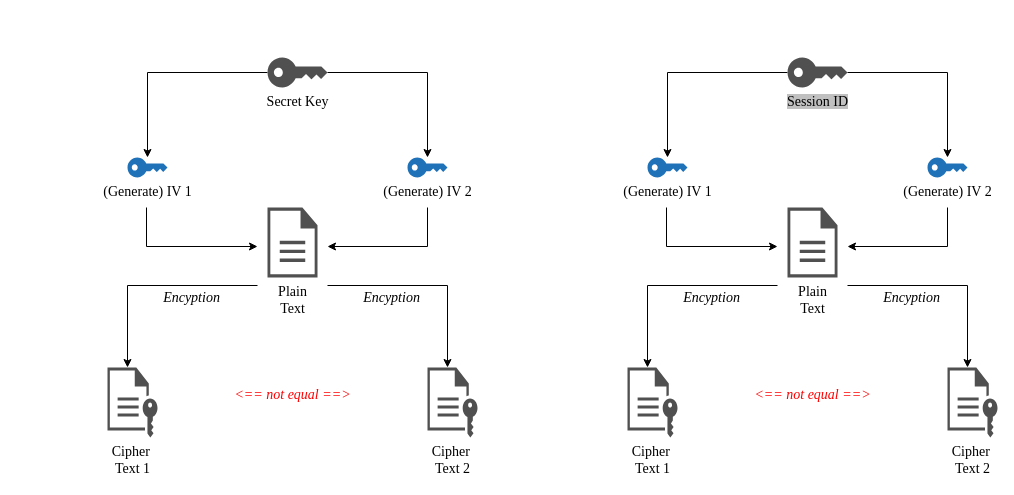
Above: AES En/Decryption Diagram.drawio in mujianlo/hrpt_drawio (draw.io), before the change. Source tidied: cells renumbered, new cells numbered last; positions are measured from the earlier drawing's top-left corner, leaving out a move shared by most shapes. Both pictures are drawn from the tidied source at 100%, with x=0, y=0 at pixel (107, 57).
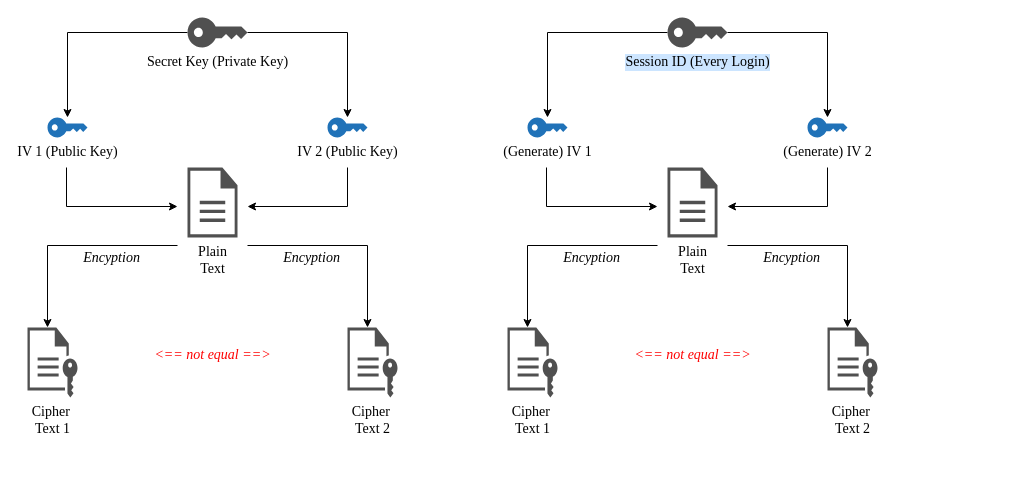
After the change.

Change to the diagram source:
```diff
@@
     <mxCell id="2" style="edgeStyle=elbowEdgeStyle;rounded=0;orthogonalLoop=1;jettySize=auto;html=1;fontFamily=Times New Roman;fontStyle=0;fontSize=14;" parent="1" edge="1">
       <mxGeometry relative="1" as="geometry">
-        <mxPoint x="39" y="150" as="sourcePoint" />
-        <mxPoint x="150" y="189" as="targetPoint" />
+        <mxPoint x="-41" y="110" as="sourcePoint" />
+        <mxPoint x="70" y="149" as="targetPoint" />
         <Array as="points">
-          <mxPoint x="39" y="170" />
+          <mxPoint x="-41" y="130" />
         </Array>
       </mxGeometry>
     </mxCell>
-    <mxCell id="3" value="(Generate) IV 1" style="sketch=0;shadow=0;dashed=0;html=1;strokeColor=none;labelPosition=center;verticalLabelPosition=bottom;verticalAlign=top;outlineConnect=0;align=center;shape=mxgraph.office.security.key_permissions;fillColor=#2072B8;direction=south;flipH=1;fontStyle=0;fontSize=14;fontFamily=Times New Roman;" parent="1" vertex="1">
-      <mxGeometry x="20" y="100" width="40" height="20" as="geometry" />
+    <mxCell id="3" value="IV 1 (Public Key)" style="sketch=0;shadow=0;dashed=0;html=1;strokeColor=none;labelPosition=center;verticalLabelPosition=bottom;verticalAlign=top;outlineConnect=0;align=center;shape=mxgraph.office.security.key_permissions;fillColor=#2072B8;direction=south;flipH=1;fontStyle=0;fontSize=14;fontFamily=Times New Roman;" parent="1" vertex="1">
+      <mxGeometry x="-60" y="60" width="40" height="20" as="geometry" />
     </mxCell>
@@
-    <mxCell id="5" value="Secret Key" style="sketch=0;shadow=0;dashed=0;html=1;strokeColor=none;fillColor=#505050;labelPosition=center;verticalLabelPosition=bottom;verticalAlign=middle;outlineConnect=0;align=center;shape=mxgraph.office.security.key_permissions;flipH=1;flipV=0;direction=south;fontStyle=0;fontSize=14;horizontal=1;fontFamily=Times New Roman;" parent="1" vertex="1">
-      <mxGeometry x="160" width="60" height="30" as="geometry" />
+    <mxCell id="5" value="Secret Key (Private Key)" style="sketch=0;shadow=0;dashed=0;html=1;strokeColor=none;fillColor=#505050;labelPosition=center;verticalLabelPosition=bottom;verticalAlign=middle;outlineConnect=0;align=center;shape=mxgraph.office.security.key_permissions;flipH=1;flipV=0;direction=south;fontStyle=0;fontSize=14;horizontal=1;fontFamily=Times New Roman;" parent="1" vertex="1">
+      <mxGeometry x="80" y="-40" width="60" height="30" as="geometry" />
     </mxCell>
     <mxCell id="6" style="edgeStyle=orthogonalEdgeStyle;rounded=0;jettySize=auto;html=1;fontFamily=Times New Roman;fontStyle=0;fontSize=14;" parent="1" edge="1" target="11">
       <mxGeometry relative="1" as="geometry">
-        <mxPoint x="150" y="228" as="sourcePoint" />
+        <mxPoint x="70" y="188" as="sourcePoint" />
         <Array as="points">
-          <mxPoint x="20" y="228" />
+          <mxPoint x="-60" y="188" />
         </Array>
       </mxGeometry>
     </mxCell>
     <mxCell id="7" value="Plain&lt;br style=&quot;font-size: 14px;&quot;&gt;Text" style="sketch=0;shadow=0;dashed=0;html=1;strokeColor=none;fillColor=#505050;labelPosition=center;verticalLabelPosition=bottom;verticalAlign=top;align=center;shape=mxgraph.office.concepts.document;fontSize=14;fontStyle=0;fontFamily=Times New Roman;" parent="1" vertex="1">
-      <mxGeometry x="160" y="150" width="50" height="70" as="geometry" />
+      <mxGeometry x="80" y="110" width="50" height="70" as="geometry" />
     </mxCell>
-    <mxCell id="8" value="(Generate) IV 2" style="sketch=0;shadow=0;dashed=0;html=1;strokeColor=none;labelPosition=center;verticalLabelPosition=bottom;verticalAlign=top;outlineConnect=0;align=center;shape=mxgraph.office.security.key_permissions;fillColor=#2072B8;direction=south;flipH=1;fontStyle=0;fontSize=14;fontFamily=Times New Roman;" parent="1" vertex="1">
-      <mxGeometry x="300" y="100" width="40" height="20" as="geometry" />
+    <mxCell id="8" value="IV 2 (Public Key)" style="sketch=0;shadow=0;dashed=0;html=1;strokeColor=none;labelPosition=center;verticalLabelPosition=bottom;verticalAlign=top;outlineConnect=0;align=center;shape=mxgraph.office.security.key_permissions;fillColor=#2072B8;direction=south;flipH=1;fontStyle=0;fontSize=14;fontFamily=Times New Roman;" parent="1" vertex="1">
+      <mxGeometry x="220" y="60" width="40" height="20" as="geometry" />
     </mxCell>
@@
     <mxCell id="10" value="Encyption" style="text;strokeColor=none;fillColor=none;html=1;fontSize=14;fontStyle=2;verticalAlign=middle;align=center;fontFamily=Times New Roman;" parent="1" vertex="1">
-      <mxGeometry x="230" y="228" width="107.5" height="25" as="geometry" />
+      <mxGeometry x="150" y="188" width="107.5" height="25" as="geometry" />
     </mxCell>
     <mxCell id="11" value="&lt;div style=&quot;font-size: 14px;&quot;&gt;Cipher&amp;nbsp;&lt;/div&gt;&lt;div style=&quot;font-size: 14px;&quot;&gt;Text 1&lt;br style=&quot;font-size: 14px;&quot;&gt;&lt;/div&gt;" style="sketch=0;shadow=0;dashed=0;html=1;strokeColor=none;fillColor=#505050;labelPosition=center;verticalLabelPosition=bottom;verticalAlign=top;outlineConnect=0;align=center;shape=mxgraph.office.concepts.file_key;fontFamily=Times New Roman;fontStyle=0;fontSize=14;" parent="1" vertex="1">
-      <mxGeometry y="310" width="50" height="70" as="geometry" />
+      <mxGeometry x="-80" y="270" width="50" height="70" as="geometry" />
     </mxCell>
     <mxCell id="12" value="&lt;div style=&quot;font-size: 14px;&quot;&gt;Cipher&amp;nbsp;&lt;/div&gt;&lt;div style=&quot;font-size: 14px;&quot;&gt;Text 2&lt;/div&gt;" style="sketch=0;shadow=0;dashed=0;html=1;strokeColor=none;fillColor=#505050;labelPosition=center;verticalLabelPosition=bottom;verticalAlign=top;outlineConnect=0;align=center;shape=mxgraph.office.concepts.file_key;fontFamily=Times New Roman;fontStyle=0;fontSize=14;" parent="1" vertex="1">
-      <mxGeometry x="320" y="310" width="50" height="70" as="geometry" />
+      <mxGeometry x="240" y="270" width="50" height="70" as="geometry" />
     </mxCell>
     <mxCell id="13" style="edgeStyle=elbowEdgeStyle;rounded=0;orthogonalLoop=1;jettySize=auto;html=1;fontFamily=Times New Roman;fontStyle=0;fontSize=14;" parent="1" edge="1">
       <mxGeometry relative="1" as="geometry">
-        <mxPoint x="320" y="150" as="sourcePoint" />
-        <mxPoint x="220" y="189" as="targetPoint" />
+        <mxPoint x="240" y="110" as="sourcePoint" />
+        <mxPoint x="140" y="149" as="targetPoint" />
         <Array as="points">
-          <mxPoint x="320" y="160" />
+          <mxPoint x="240" y="120" />
         </Array>
       </mxGeometry>
     </mxCell>
     <mxCell id="14" style="edgeStyle=orthogonalEdgeStyle;rounded=0;jettySize=auto;html=1;fontFamily=Times New Roman;fontStyle=0;fontSize=14;" parent="1" edge="1" target="12">
       <mxGeometry relative="1" as="geometry">
-        <mxPoint x="220" y="228" as="sourcePoint" />
+        <mxPoint x="140" y="188" as="sourcePoint" />
         <Array as="points">
-          <mxPoint x="340" y="228" />
+          <mxPoint x="260" y="188" />
         </Array>
       </mxGeometry>
     </mxCell>
     <mxCell id="15" value="&amp;lt;== not equal ==&amp;gt;" style="text;strokeColor=none;fillColor=none;html=1;fontSize=14;fontStyle=2;verticalAlign=middle;align=center;fontColor=#FF0000;fontFamily=Times New Roman;" parent="1" vertex="1">
-      <mxGeometry x="105" y="324" width="160" height="27.5" as="geometry" />
+      <mxGeometry x="25" y="284" width="160" height="27.5" as="geometry" />
     </mxCell>
     <mxCell id="16" value="Encyption" style="text;strokeColor=none;fillColor=none;html=1;fontSize=14;fontStyle=2;verticalAlign=middle;align=center;fontFamily=Times New Roman;" parent="1" vertex="1">
-      <mxGeometry x="30" y="228" width="107.5" height="25" as="geometry" />
+      <mxGeometry x="-50" y="188" width="107.5" height="25" as="geometry" />
     </mxCell>
     <mxCell id="17" style="edgeStyle=elbowEdgeStyle;rounded=0;orthogonalLoop=1;jettySize=auto;html=1;fontFamily=Times New Roman;fontStyle=0;fontSize=14;" parent="1" edge="1">
       <mxGeometry relative="1" as="geometry">
-        <mxPoint x="559" y="150" as="sourcePoint" />
-        <mxPoint x="670" y="189" as="targetPoint" />
+        <mxPoint x="439" y="110" as="sourcePoint" />
+        <mxPoint x="550" y="149" as="targetPoint" />
         <Array as="points">
-          <mxPoint x="559" y="170" />
+          <mxPoint x="439" y="130" />
         </Array>
       </mxGeometry>
     </mxCell>
     <mxCell id="18" value="(Generate) IV 1" style="sketch=0;shadow=0;dashed=0;html=1;strokeColor=none;labelPosition=center;verticalLabelPosition=bottom;verticalAlign=top;outlineConnect=0;align=center;shape=mxgraph.office.security.key_permissions;fillColor=#2072B8;direction=south;flipH=1;fontStyle=0;fontSize=14;fontFamily=Times New Roman;" parent="1" vertex="1">
-      <mxGeometry x="540" y="100" width="40" height="20" as="geometry" />
+      <mxGeometry x="420" y="60" width="40" height="20" as="geometry" />
     </mxCell>
@@
-    <mxCell id="20" value="&lt;span style=&quot;background-color: rgb(192, 192, 192);&quot;&gt;Session ID&lt;/span&gt;" style="sketch=0;shadow=0;dashed=0;html=1;strokeColor=none;fillColor=#505050;labelPosition=center;verticalLabelPosition=bottom;verticalAlign=middle;outlineConnect=0;align=center;shape=mxgraph.office.security.key_permissions;flipH=1;flipV=0;direction=south;fontStyle=0;fontSize=14;horizontal=1;fontFamily=Times New Roman;" parent="1" vertex="1">
-      <mxGeometry x="680" width="60" height="30" as="geometry" />
+    <mxCell id="20" value="&lt;span style=&quot;&quot;&gt;Session ID&lt;/span&gt; (Every Login)" style="sketch=0;shadow=0;dashed=0;html=1;strokeColor=none;fillColor=#505050;labelPosition=center;verticalLabelPosition=bottom;verticalAlign=middle;outlineConnect=0;align=center;shape=mxgraph.office.security.key_permissions;flipH=1;flipV=0;direction=south;fontStyle=0;fontSize=14;horizontal=1;fontFamily=Times New Roman;labelBackgroundColor=#CCE5FF;" parent="1" vertex="1">
+      <mxGeometry x="560" y="-40" width="60" height="30" as="geometry" />
     </mxCell>
     <mxCell id="21" style="edgeStyle=orthogonalEdgeStyle;rounded=0;jettySize=auto;html=1;fontFamily=Times New Roman;fontStyle=0;fontSize=14;" parent="1" edge="1" target="26">
       <mxGeometry relative="1" as="geometry">
-        <mxPoint x="670" y="228" as="sourcePoint" />
+        <mxPoint x="550" y="188" as="sourcePoint" />
         <Array as="points">
-          <mxPoint x="540" y="228" />
+          <mxPoint x="420" y="188" />
         </Array>
       </mxGeometry>
     </mxCell>
     <mxCell id="22" value="Plain&lt;br style=&quot;font-size: 14px;&quot;&gt;Text" style="sketch=0;shadow=0;dashed=0;html=1;strokeColor=none;fillColor=#505050;labelPosition=center;verticalLabelPosition=bottom;verticalAlign=top;align=center;shape=mxgraph.office.concepts.document;fontSize=14;fontStyle=0;fontFamily=Times New Roman;" parent="1" vertex="1">
-      <mxGeometry x="680" y="150" width="50" height="70" as="geometry" />
+      <mxGeometry x="560" y="110" width="50" height="70" as="geometry" />
     </mxCell>
     <mxCell id="23" value="(Generate) IV 2" style="sketch=0;shadow=0;dashed=0;html=1;strokeColor=none;labelPosition=center;verticalLabelPosition=bottom;verticalAlign=top;outlineConnect=0;align=center;shape=mxgraph.office.security.key_permissions;fillColor=#2072B8;direction=south;flipH=1;fontStyle=0;fontSize=14;fontFamily=Times New Roman;" parent="1" vertex="1">
-      <mxGeometry x="820" y="100" width="40" height="20" as="geometry" />
+      <mxGeometry x="700" y="60" width="40" height="20" as="geometry" />
     </mxCell>
@@
     <mxCell id="25" value="Encyption" style="text;strokeColor=none;fillColor=none;html=1;fontSize=14;fontStyle=2;verticalAlign=middle;align=center;fontFamily=Times New Roman;" parent="1" vertex="1">
-      <mxGeometry x="750" y="228" width="107.5" height="25" as="geometry" />
+      <mxGeometry x="630" y="188" width="107.5" height="25" as="geometry" />
     </mxCell>
     <mxCell id="26" value="&lt;div style=&quot;font-size: 14px;&quot;&gt;Cipher&amp;nbsp;&lt;/div&gt;&lt;div style=&quot;font-size: 14px;&quot;&gt;Text 1&lt;br style=&quot;font-size: 14px;&quot;&gt;&lt;/div&gt;" style="sketch=0;shadow=0;dashed=0;html=1;strokeColor=none;fillColor=#505050;labelPosition=center;verticalLabelPosition=bottom;verticalAlign=top;outlineConnect=0;align=center;shape=mxgraph.office.concepts.file_key;fontFamily=Times New Roman;fontStyle=0;fontSize=14;" parent="1" vertex="1">
-      <mxGeometry x="520" y="310" width="50" height="70" as="geometry" />
+      <mxGeometry x="400" y="270" width="50" height="70" as="geometry" />
     </mxCell>
     <mxCell id="27" value="&lt;div style=&quot;font-size: 14px;&quot;&gt;Cipher&amp;nbsp;&lt;/div&gt;&lt;div style=&quot;font-size: 14px;&quot;&gt;Text 2&lt;/div&gt;" style="sketch=0;shadow=0;dashed=0;html=1;strokeColor=none;fillColor=#505050;labelPosition=center;verticalLabelPosition=bottom;verticalAlign=top;outlineConnect=0;align=center;shape=mxgraph.office.concepts.file_key;fontFamily=Times New Roman;fontStyle=0;fontSize=14;" parent="1" vertex="1">
-      <mxGeometry x="840" y="310" width="50" height="70" as="geometry" />
+      <mxGeometry x="720" y="270" width="50" height="70" as="geometry" />
     </mxCell>
     <mxCell id="28" style="edgeStyle=elbowEdgeStyle;rounded=0;orthogonalLoop=1;jettySize=auto;html=1;fontFamily=Times New Roman;fontStyle=0;fontSize=14;" parent="1" edge="1">
       <mxGeometry relative="1" as="geometry">
-        <mxPoint x="840" y="150" as="sourcePoint" />
-        <mxPoint x="740" y="189" as="targetPoint" />
+        <mxPoint x="720" y="110" as="sourcePoint" />
+        <mxPoint x="620" y="149" as="targetPoint" />
         <Array as="points">
-          <mxPoint x="840" y="160" />
+          <mxPoint x="720" y="120" />
         </Array>
       </mxGeometry>
     </mxCell>
     <mxCell id="29" style="edgeStyle=orthogonalEdgeStyle;rounded=0;jettySize=auto;html=1;fontFamily=Times New Roman;fontStyle=0;fontSize=14;" parent="1" edge="1" target="27">
       <mxGeometry relative="1" as="geometry">
-        <mxPoint x="740" y="228" as="sourcePoint" />
+        <mxPoint x="620" y="188" as="sourcePoint" />
         <Array as="points">
-          <mxPoint x="860" y="228" />
+          <mxPoint x="740" y="188" />
         </Array>
       </mxGeometry>
     </mxCell>
     <mxCell id="30" value="&amp;lt;== not equal ==&amp;gt;" style="text;strokeColor=none;fillColor=none;html=1;fontSize=14;fontStyle=2;verticalAlign=middle;align=center;fontColor=#FF0000;fontFamily=Times New Roman;" parent="1" vertex="1">
-      <mxGeometry x="625" y="324" width="160" height="27.5" as="geometry" />
+      <mxGeometry x="505" y="284" width="160" height="27.5" as="geometry" />
     </mxCell>
     <mxCell id="31" value="Encyption" style="text;strokeColor=none;fillColor=none;html=1;fontSize=14;fontStyle=2;verticalAlign=middle;align=center;fontFamily=Times New Roman;" parent="1" vertex="1">
-      <mxGeometry x="550" y="228" width="107.5" height="25" as="geometry" />
+      <mxGeometry x="430" y="188" width="107.5" height="25" as="geometry" />
     </mxCell>
```
